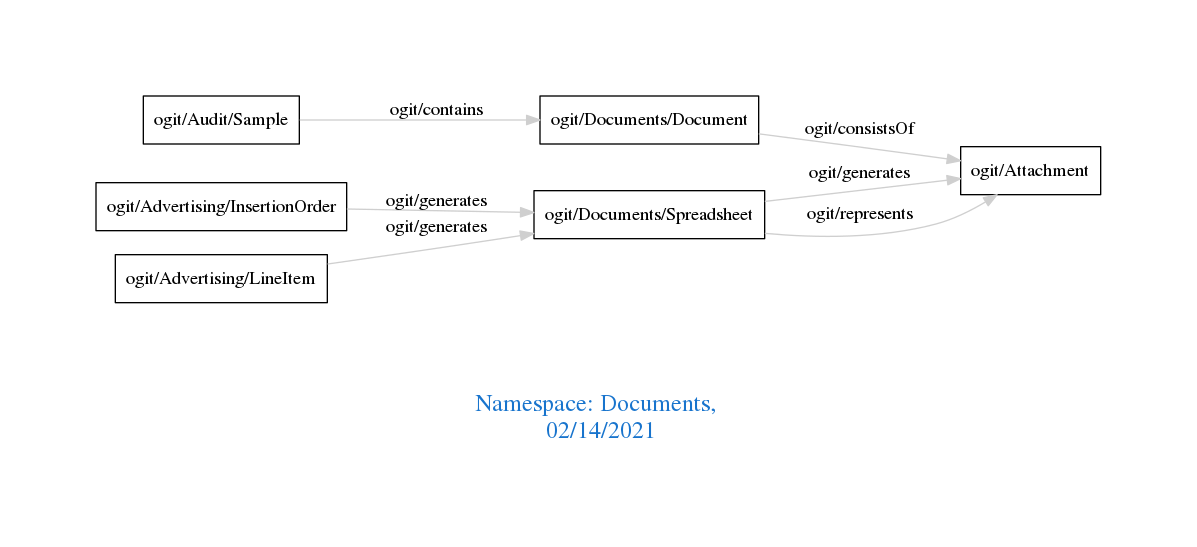
Before: downloads/Documents.png, a diagram exported from Graphviz (arago/OGIT). Its source is kept beside it as downloads/Documents.dot.
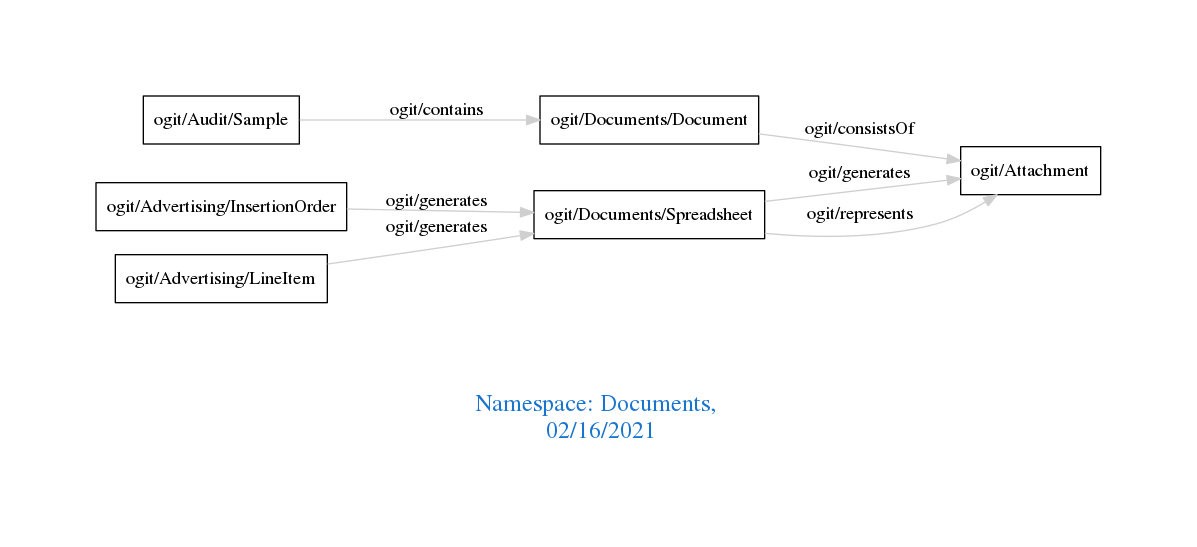
After the change.

What changed in the source:
```diff
@@ -1,7 +1,7 @@
 digraph OGIT_ontology {
  graph [ rankdir= LR,pad=1
 fontsize = 18,
-fontcolor= dodgerblue3,label = "\n\n\nNamespace: Documents, \n 02/14/2021"];
+fontcolor= dodgerblue3,label = "\n\n\nNamespace: Documents, \n 02/16/2021"];
 node[shape=polygon];
 edge [  color="gray81"];
 
```
